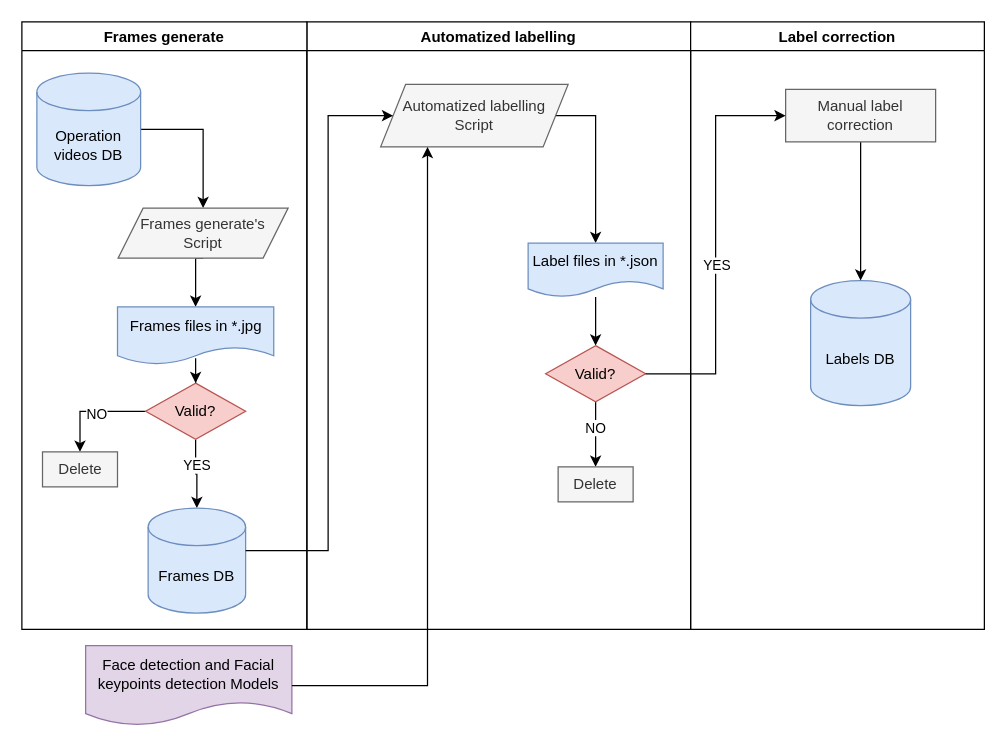
VicManX/dagdata keeps this draw.io diagram as page "Process_English" (3 of 4) of data/Untitled Diagram.drawio. Above is the earlier version. Source tidied: cells renumbered, new cells numbered last; positions are measured from the earlier drawing's top-left corner, leaving out a move shared by most shapes. Both pictures are drawn from the tidied source at 125%, with x=0, y=0 at pixel (21, 21).
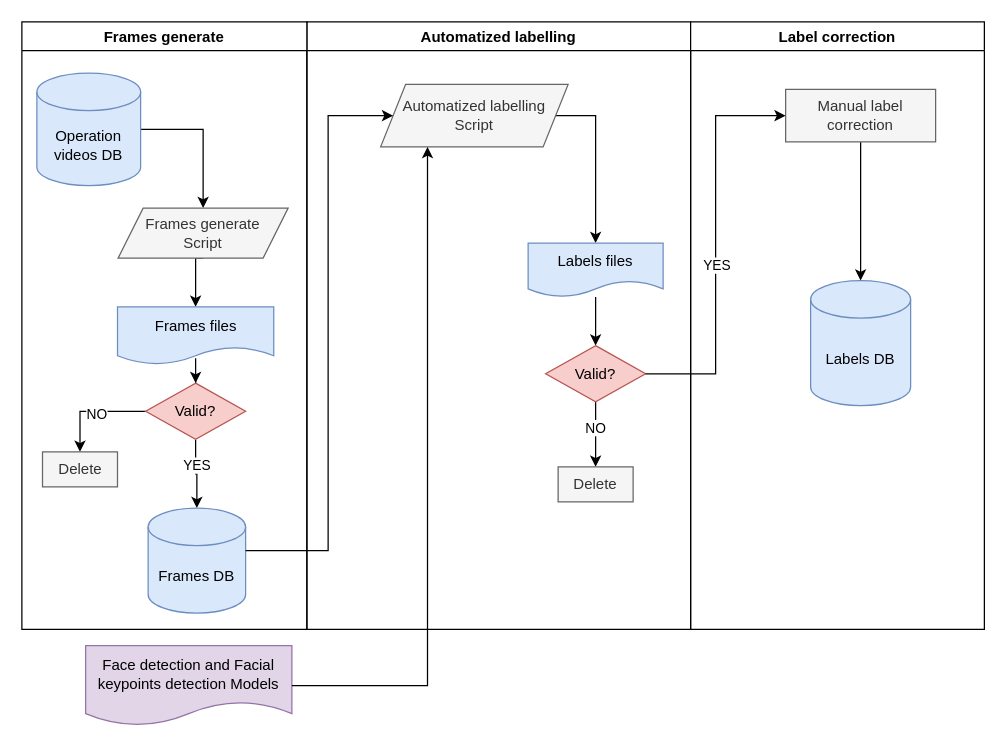
Above is the later version.

The change refers to these unchanged cells:
```xml
<mxCell id="2" value="Automatized labelling" style="swimlane;" parent="1" vertex="1">
  <mxGeometry x="228" width="307" height="486" as="geometry" />
</mxCell>
<mxCell id="7" value="Frames generate" style="swimlane;" parent="2" vertex="1">
  <mxGeometry x="-228" width="228" height="486" as="geometry" />
</mxCell>
```

Change to the diagram source:
```diff
@@
-    <mxCell id="6" value="Label files in *.json" style="shape=document;whiteSpace=wrap;html=1;boundedLbl=1;fillColor=#dae8fc;strokeColor=#6c8ebf;" parent="2" vertex="1">
+    <mxCell id="6" value="Labels files" style="shape=document;whiteSpace=wrap;html=1;boundedLbl=1;fillColor=#dae8fc;strokeColor=#6c8ebf;" parent="2" vertex="1">
       <mxGeometry x="177" y="177" width="108" height="43" as="geometry" />
     </mxCell>
@@
-    <mxCell id="11" value="Frames generate's&lt;br&gt;Script" style="shape=parallelogram;perimeter=parallelogramPerimeter;whiteSpace=wrap;html=1;fixedSize=1;fillColor=#f5f5f5;fontColor=#333333;strokeColor=#666666;" parent="7" vertex="1">
+    <mxCell id="11" value="Frames generate&lt;br&gt;Script" style="shape=parallelogram;perimeter=parallelogramPerimeter;whiteSpace=wrap;html=1;fixedSize=1;fillColor=#f5f5f5;fontColor=#333333;strokeColor=#666666;" parent="7" vertex="1">
       <mxGeometry x="77" y="149" width="136" height="40" as="geometry" />
     </mxCell>
@@
-    <mxCell id="13" value="Frames files in *.jpg" style="shape=document;whiteSpace=wrap;html=1;boundedLbl=1;fillColor=#dae8fc;strokeColor=#6c8ebf;" parent="7" vertex="1">
+    <mxCell id="13" value="Frames files" style="shape=document;whiteSpace=wrap;html=1;boundedLbl=1;fillColor=#dae8fc;strokeColor=#6c8ebf;" parent="7" vertex="1">
       <mxGeometry x="76.5" y="228" width="125" height="46" as="geometry" />
     </mxCell>
```
